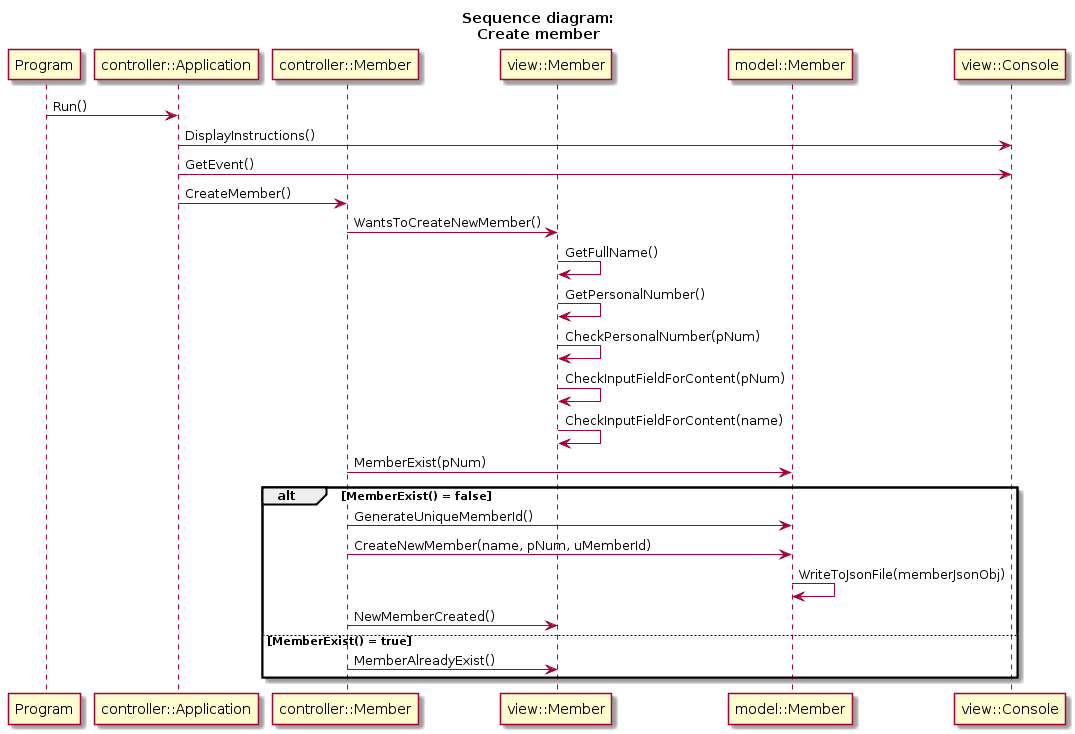
Above: Workshop 2 - Design/WS2-Fixes/Sequence-diagrams/create-member.png in ProfessorPotatis/1dv607-portfolio (PlantUML), before the change. Its diagram source:
```plantuml
@startuml
title Sequence diagram:\nCreate member
participant Program
participant "controller::Application"
participant "controller::Member"
participant "view::Member"
participant "model::Member"

Program -> "controller::Application": Run()
"controller::Application" -> "view::Console": DisplayInstructions()
"controller::Application" -> "view::Console": GetEvent()
"controller::Application" -> "controller::Member": CreateMember()
"controller::Member" -> "view::Member": WantsToCreateNewMember()
"view::Member" -> "view::Member": GetFullName()
"view::Member" -> "view::Member": GetPersonalNumber()
"view::Member" -> "view::Member": CheckPersonalNumber(pNum)
"view::Member" -> "view::Member": CheckInputFieldForContent(pNum)
"view::Member" -> "view::Member": CheckInputFieldForContent(name)
"controller::Member" -> "model::Member": MemberExist(pNum)

alt MemberExist() = false
    "controller::Member" -> "model::Member": GenerateUniqueMemberId()
    "controller::Member" -> "model::Member": CreateNewMember(name, pNum, uMemberId)
    "model::Member" -> "model::Member": WriteToJsonFile(memberJsonObj)
    "controller::Member" -> "view::Member": NewMemberCreated()
else MemberExist() = true
    "controller::Member" -> "view::Member": MemberAlreadyExist()
end
@enduml
```
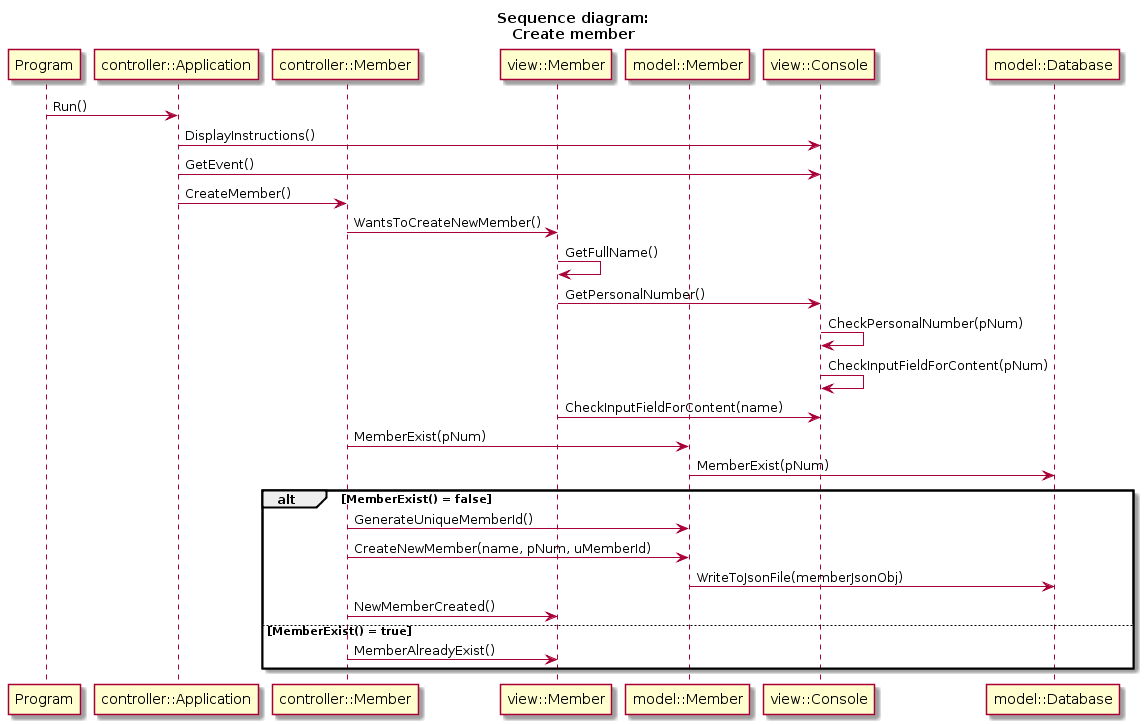
After the commit.

Commit message:
Updated sequence diagrams.

Diff of the diagram source:
```diff
@@ -12,16 +12,17 @@
 "controller::Application" -> "controller::Member": CreateMember()
 "controller::Member" -> "view::Member": WantsToCreateNewMember()
 "view::Member" -> "view::Member": GetFullName()
-"view::Member" -> "view::Member": GetPersonalNumber()
-"view::Member" -> "view::Member": CheckPersonalNumber(pNum)
-"view::Member" -> "view::Member": CheckInputFieldForContent(pNum)
-"view::Member" -> "view::Member": CheckInputFieldForContent(name)
+"view::Member" -> "view::Console": GetPersonalNumber()
+"view::Console" -> "view::Console": CheckPersonalNumber(pNum)
+"view::Console" -> "view::Console": CheckInputFieldForContent(pNum)
+"view::Member" -> "view::Console": CheckInputFieldForContent(name)
 "controller::Member" -> "model::Member": MemberExist(pNum)
+"model::Member" -> "model::Database": MemberExist(pNum)
 
 alt MemberExist() = false
     "controller::Member" -> "model::Member": GenerateUniqueMemberId()
     "controller::Member" -> "model::Member": CreateNewMember(name, pNum, uMemberId)
-    "model::Member" -> "model::Member": WriteToJsonFile(memberJsonObj)
+    "model::Member" -> "model::Database": WriteToJsonFile(memberJsonObj)
     "controller::Member" -> "view::Member": NewMemberCreated()
 else MemberExist() = true
     "controller::Member" -> "view::Member": MemberAlreadyExist()
```
